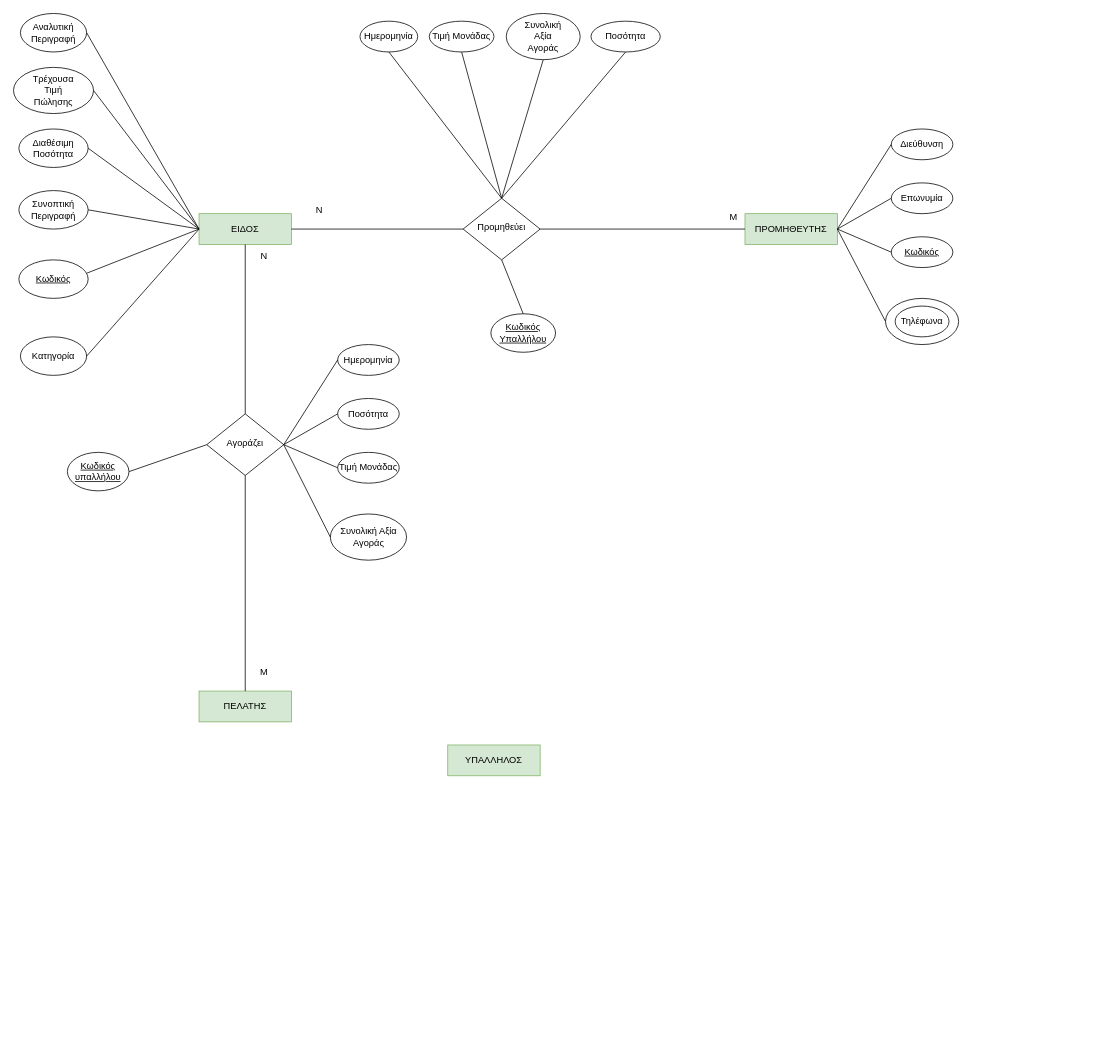
This is ERDiagramFlowchart.drawio from Lazini/ERDiagram, a draw.io file, before an edit. Source tidied: cells renumbered, new cells numbered last; positions are measured from the earlier drawing's top-left corner, leaving out a move shared by most shapes. Both pictures are drawn from the tidied source at 77%, with x=0, y=0 at pixel (13, 13).
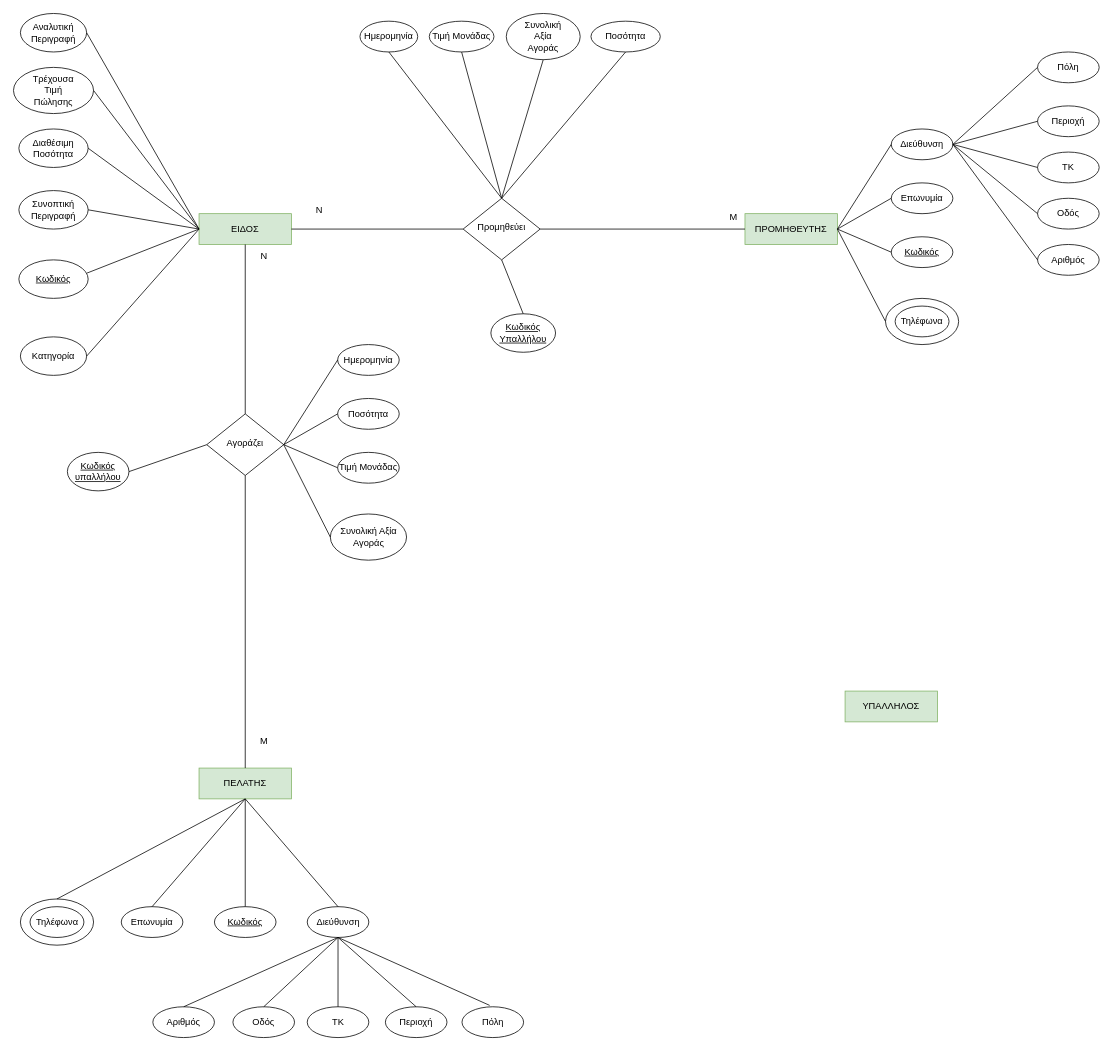
The same page after the edit.

Unchanged cells that the change refers to:
```xml
<mxCell id="33" value="Διεύθυνση" style="ellipse;whiteSpace=wrap;html=1;" parent="1" vertex="1">
  <mxGeometry x="1140" y="150" width="80" height="40" as="geometry" />
</mxCell>
```

The edit, as a diff of the source:
```diff
@@
     <mxCell id="4" value="&lt;div&gt;ΠΕΛΑΤΗΣ&lt;/div&gt;" style="rounded=0;whiteSpace=wrap;html=1;fontSize=12;glass=0;strokeWidth=1;shadow=0;fillColor=#d5e8d4;strokeColor=#82b366;" parent="1" vertex="1">
-      <mxGeometry x="241" y="880" width="120" height="40" as="geometry" />
+      <mxGeometry x="241" y="980" width="120" height="40" as="geometry" />
     </mxCell>
     <mxCell id="5" value="&lt;div&gt;ΥΠΑΛΛΗΛΟΣ&lt;/div&gt;" style="rounded=0;whiteSpace=wrap;html=1;fontSize=12;glass=0;strokeWidth=1;shadow=0;fillColor=#d5e8d4;strokeColor=#82b366;" parent="1" vertex="1">
-      <mxGeometry x="564" y="950" width="120" height="40" as="geometry" />
+      <mxGeometry x="1080" y="880" width="120" height="40" as="geometry" />
     </mxCell>
@@
     <mxCell id="56" value="Μ" style="text;html=1;align=center;verticalAlign=middle;strokeColor=none;fillColor=none;" parent="1" vertex="1">
-      <mxGeometry x="310" y="840" width="30" height="30" as="geometry" />
+      <mxGeometry x="310" y="930" width="30" height="30" as="geometry" />
     </mxCell>
+    <mxCell id="57" value="&lt;div&gt;Πόλη&lt;/div&gt;" style="ellipse;whiteSpace=wrap;html=1;" parent="1" vertex="1">
+      <mxGeometry x="1330" y="50" width="80" height="40" as="geometry" />
+    </mxCell>
+    <mxCell id="58" value="Περιοχή" style="ellipse;whiteSpace=wrap;html=1;" parent="1" vertex="1">
+      <mxGeometry x="1330" y="120" width="80" height="40" as="geometry" />
+    </mxCell>
+    <mxCell id="59" value="ΤΚ" style="ellipse;whiteSpace=wrap;html=1;" parent="1" vertex="1">
+      <mxGeometry x="1330" y="180" width="80" height="40" as="geometry" />
+    </mxCell>
+    <mxCell id="60" value="Οδός" style="ellipse;whiteSpace=wrap;html=1;" parent="1" vertex="1">
+      <mxGeometry x="1330" y="240" width="80" height="40" as="geometry" />
+    </mxCell>
+    <mxCell id="61" value="Αριθμός" style="ellipse;whiteSpace=wrap;html=1;" parent="1" vertex="1">
+      <mxGeometry x="1330" y="300" width="80" height="40" as="geometry" />
+    </mxCell>
+    <mxCell id="62" style="endArrow=none;html=1;rounded=0;exitX=1;exitY=0.5;exitDx=0;exitDy=0;entryX=0;entryY=0.5;entryDx=0;entryDy=0;" parent="1" edge="1" source="33" target="57">
+      <mxGeometry relative="1" as="geometry" />
+    </mxCell>
+    <mxCell id="63" style="endArrow=none;html=1;rounded=0;exitX=1;exitY=0.5;exitDx=0;exitDy=0;entryX=0;entryY=0.5;entryDx=0;entryDy=0;" parent="1" edge="1" source="33" target="58">
+      <mxGeometry relative="1" as="geometry" />
+    </mxCell>
+    <mxCell id="64" style="endArrow=none;html=1;rounded=0;exitX=1;exitY=0.5;exitDx=0;exitDy=0;entryX=0;entryY=0.5;entryDx=0;entryDy=0;" parent="1" edge="1" source="33" target="59">
+      <mxGeometry relative="1" as="geometry" />
+    </mxCell>
+    <mxCell id="65" style="endArrow=none;html=1;rounded=0;exitX=1;exitY=0.5;exitDx=0;exitDy=0;entryX=0;entryY=0.5;entryDx=0;entryDy=0;" parent="1" edge="1" source="33" target="60">
+      <mxGeometry relative="1" as="geometry" />
+    </mxCell>
+    <mxCell id="66" style="endArrow=none;html=1;rounded=0;exitX=1;exitY=0.5;exitDx=0;exitDy=0;entryX=0;entryY=0.5;entryDx=0;entryDy=0;" parent="1" edge="1" source="33" target="61">
+      <mxGeometry relative="1" as="geometry" />
+    </mxCell>
+    <mxCell id="67" value="Διεύθυνση" style="ellipse;whiteSpace=wrap;html=1;" parent="1" vertex="1">
+      <mxGeometry x="381.5" y="1160" width="80" height="40" as="geometry" />
+    </mxCell>
+    <mxCell id="68" value="Επωνυμία" style="ellipse;whiteSpace=wrap;html=1;" parent="1" vertex="1">
+      <mxGeometry x="140" y="1160" width="80" height="40" as="geometry" />
+    </mxCell>
+    <mxCell id="69" value="&lt;u&gt;Κωδικός&lt;/u&gt;" style="ellipse;whiteSpace=wrap;html=1;" parent="1" vertex="1">
+      <mxGeometry x="261" y="1160" width="80" height="40" as="geometry" />
+    </mxCell>
+    <mxCell id="70" style="ellipse;whiteSpace=wrap;html=1;" parent="1" vertex="1">
+      <mxGeometry x="9" y="1150" width="95" height="60" as="geometry" />
+    </mxCell>
+    <mxCell id="71" value="Τηλέφωνα" style="ellipse;whiteSpace=wrap;html=1;" parent="1" vertex="1">
+      <mxGeometry x="21.5" y="1160" width="70" height="40" as="geometry" />
+    </mxCell>
+    <mxCell id="72" style="endArrow=none;html=1;rounded=0;exitX=0.5;exitY=1;exitDx=0;exitDy=0;entryX=0.5;entryY=0;entryDx=0;entryDy=0;" parent="1" edge="1" source="4" target="67">
+      <mxGeometry relative="1" as="geometry" />
+    </mxCell>
+    <mxCell id="73" style="endArrow=none;html=1;rounded=0;entryX=0.5;entryY=0;entryDx=0;entryDy=0;exitX=0.5;exitY=1;exitDx=0;exitDy=0;" parent="1" edge="1" source="4" target="68">
+      <mxGeometry relative="1" as="geometry" />
+    </mxCell>
+    <mxCell id="74" style="endArrow=none;html=1;rounded=0;exitX=0.5;exitY=0;exitDx=0;exitDy=0;entryX=0.5;entryY=1;entryDx=0;entryDy=0;" parent="1" edge="1" source="69" target="4">
+      <mxGeometry relative="1" as="geometry" />
+    </mxCell>
+    <mxCell id="75" style="endArrow=none;html=1;rounded=0;exitX=0.5;exitY=0;exitDx=0;exitDy=0;entryX=0.5;entryY=1;entryDx=0;entryDy=0;" parent="1" edge="1" source="70" target="4">
+      <mxGeometry relative="1" as="geometry" />
+    </mxCell>
+    <mxCell id="76" value="&lt;div&gt;Πόλη&lt;/div&gt;" style="ellipse;whiteSpace=wrap;html=1;" parent="1" vertex="1">
+      <mxGeometry x="582.5" y="1290" width="80" height="40" as="geometry" />
+    </mxCell>
+    <mxCell id="77" value="Περιοχή" style="ellipse;whiteSpace=wrap;html=1;" parent="1" vertex="1">
+      <mxGeometry x="483" y="1290" width="80" height="40" as="geometry" />
+    </mxCell>
+    <mxCell id="78" value="ΤΚ" style="ellipse;whiteSpace=wrap;html=1;" parent="1" vertex="1">
+      <mxGeometry x="381.5" y="1290" width="80" height="40" as="geometry" />
+    </mxCell>
+    <mxCell id="79" value="Οδός" style="ellipse;whiteSpace=wrap;html=1;" parent="1" vertex="1">
+      <mxGeometry x="285" y="1290" width="80" height="40" as="geometry" />
+    </mxCell>
+    <mxCell id="80" value="Αριθμός" style="ellipse;whiteSpace=wrap;html=1;" parent="1" vertex="1">
+      <mxGeometry x="181" y="1290" width="80" height="40" as="geometry" />
+    </mxCell>
+    <mxCell id="81" style="endArrow=none;html=1;rounded=0;exitX=0.5;exitY=1;exitDx=0;exitDy=0;entryX=0.449;entryY=-0.045;entryDx=0;entryDy=0;entryPerimeter=0;" parent="1" edge="1" source="67" target="76">
+      <mxGeometry relative="1" as="geometry" />
+    </mxCell>
+    <mxCell id="82" style="endArrow=none;html=1;rounded=0;exitX=0.5;exitY=1;exitDx=0;exitDy=0;entryX=0.5;entryY=0;entryDx=0;entryDy=0;" parent="1" edge="1" source="67" target="77">
+      <mxGeometry relative="1" as="geometry" />
+    </mxCell>
+    <mxCell id="83" style="endArrow=none;html=1;rounded=0;exitX=0.5;exitY=1;exitDx=0;exitDy=0;entryX=0.5;entryY=0;entryDx=0;entryDy=0;" parent="1" edge="1" source="67" target="78">
+      <mxGeometry relative="1" as="geometry" />
+    </mxCell>
+    <mxCell id="84" style="endArrow=none;html=1;rounded=0;exitX=0.5;exitY=1;exitDx=0;exitDy=0;entryX=0.5;entryY=0;entryDx=0;entryDy=0;" parent="1" edge="1" source="67" target="79">
+      <mxGeometry relative="1" as="geometry" />
+    </mxCell>
+    <mxCell id="85" style="endArrow=none;html=1;rounded=0;exitX=0.5;exitY=1;exitDx=0;exitDy=0;entryX=0.5;entryY=0;entryDx=0;entryDy=0;" parent="1" edge="1" source="67" target="80">
+      <mxGeometry relative="1" as="geometry" />
+    </mxCell>
```
